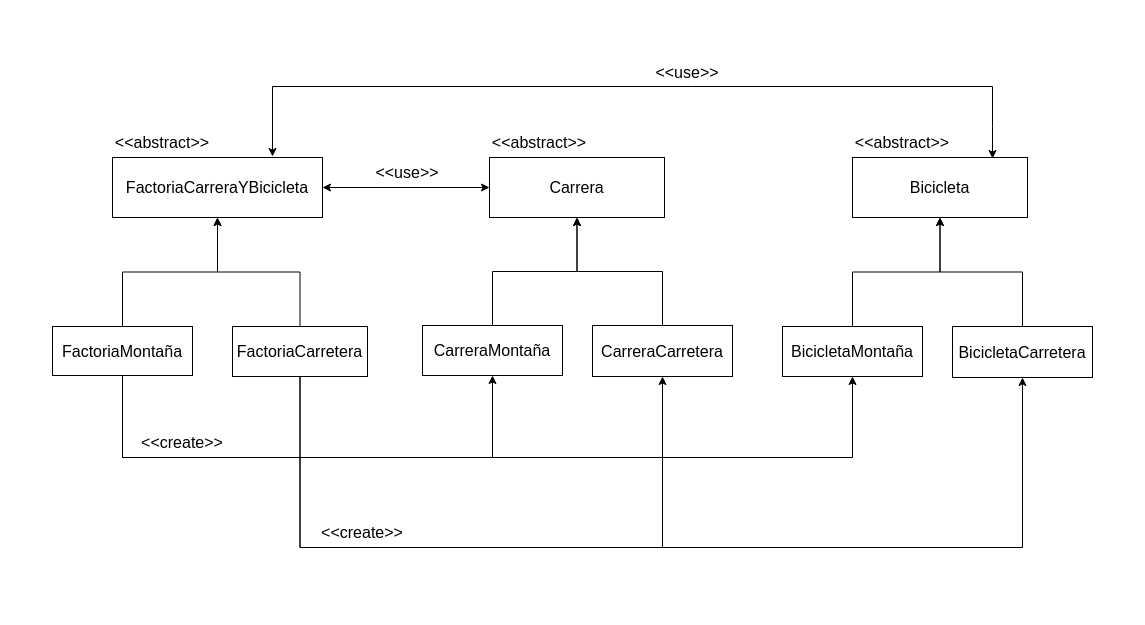
rn2k00/DS-P1 keeps this draw.io diagram as Práctica 1/Diagrama-P1.drawio. Above is the earlier version. Source tidied: cells renumbered, new cells numbered last; positions are measured from the earlier drawing's top-left corner, leaving out a move shared by most shapes. Both pictures are drawn from the tidied source at 100%, with x=0, y=0 at pixel (52, 57).
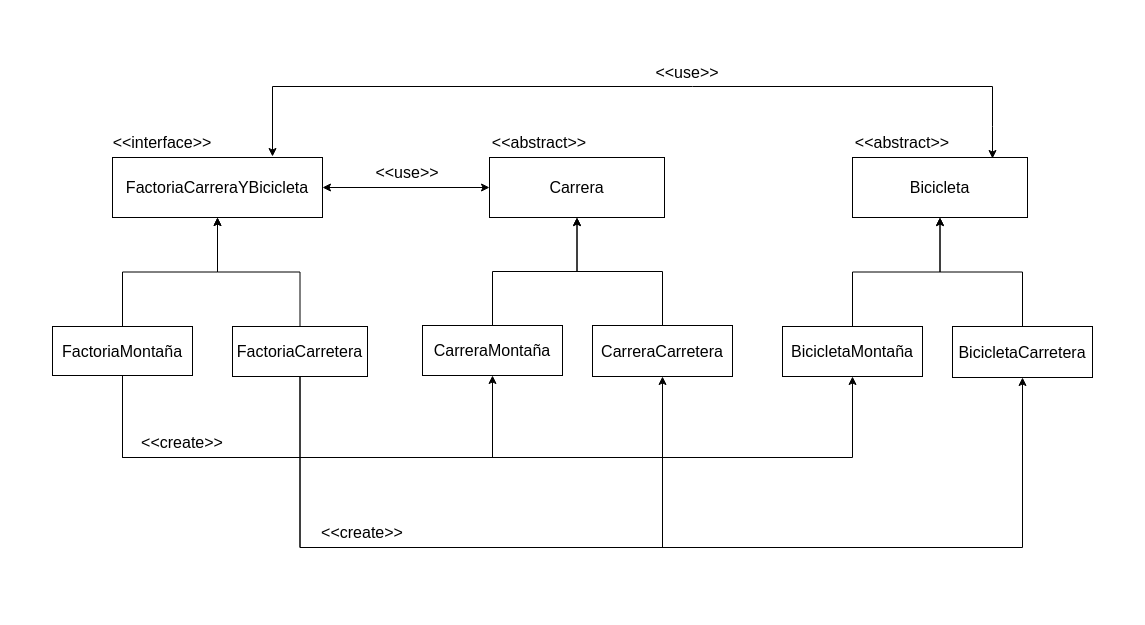
After the change.

Change to the diagram source:
```diff
@@
+    <mxCell id="30" style="rounded=0;whiteSpace=wrap;html=1;opacity=0;" parent="1" vertex="1">
+      <mxGeometry x="-35" y="-40" width="1110" height="590" as="geometry" />
+    </mxCell>
@@
-    <mxCell id="23" value="&lt;font style=&quot;font-size: 16px;&quot;&gt;&amp;lt;&amp;lt;abstract&amp;gt;&amp;gt;&lt;/font&gt;" style="text;html=1;align=center;verticalAlign=middle;whiteSpace=wrap;rounded=0;" parent="1" vertex="1">
+    <mxCell id="23" value="&lt;font style=&quot;font-size: 16px;&quot;&gt;&amp;lt;&amp;lt;interface&amp;gt;&amp;gt;&lt;/font&gt;" style="text;html=1;align=center;verticalAlign=middle;whiteSpace=wrap;rounded=0;" parent="1" vertex="1">
       <mxGeometry x="60" y="70" width="100" height="30" as="geometry" />
     </mxCell>
```
